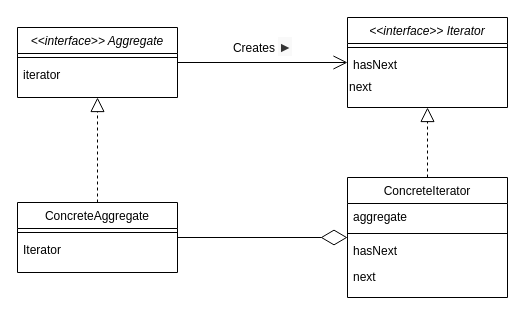
This is src/Iterator/Iterator.drawio from ghojeong/GoF, a draw.io file, before an edit. Source tidied: cells renumbered, new cells numbered last; positions are measured from the earlier drawing's top-left corner, leaving out a move shared by most shapes. Both pictures are drawn from the tidied source at 100%, with x=0, y=0 at pixel (17, 17).
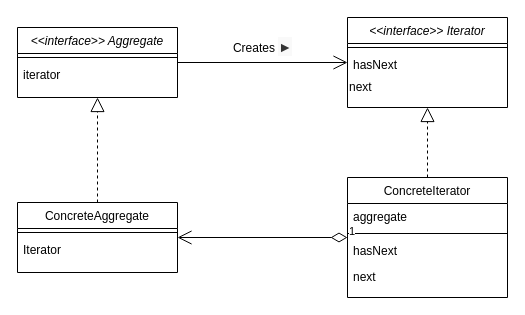
The same page after the edit.

The change refers to these unchanged cells:
```xml
<mxCell id="14" value="ConcreteIterator" style="swimlane;fontStyle=0;align=center;verticalAlign=top;horizontal=1;startSize=26;rounded=0;shadow=0;strokeWidth=1;" parent="1" vertex="1">
  <mxGeometry x="330" y="160" width="160" height="120" as="geometry" />
</mxCell>
<mxCell id="19" value="ConcreteAggregate" style="swimlane;fontStyle=0;align=center;verticalAlign=top;horizontal=1;startSize=26;rounded=0;shadow=0;strokeWidth=1;" parent="1" vertex="1">
  <mxGeometry y="185" width="160" height="70" as="geometry" />
</mxCell>
```

What changed in the source:
```diff
@@
-    <mxCell id="6" style="endArrow=diamondThin;endFill=0;endSize=24;html=1;" parent="1" edge="1" source="19" target="14">
-      <mxGeometry relative="1" as="geometry" />
-    </mxCell>
@@
+    <mxCell id="22" value="1" style="endArrow=open;html=1;endSize=12;startArrow=diamondThin;startSize=14;startFill=0;edgeStyle=orthogonalEdgeStyle;align=left;verticalAlign=bottom;" parent="1" edge="1" source="14" target="19">
+      <mxGeometry x="-1" y="3" relative="1" as="geometry" />
+    </mxCell>
```
